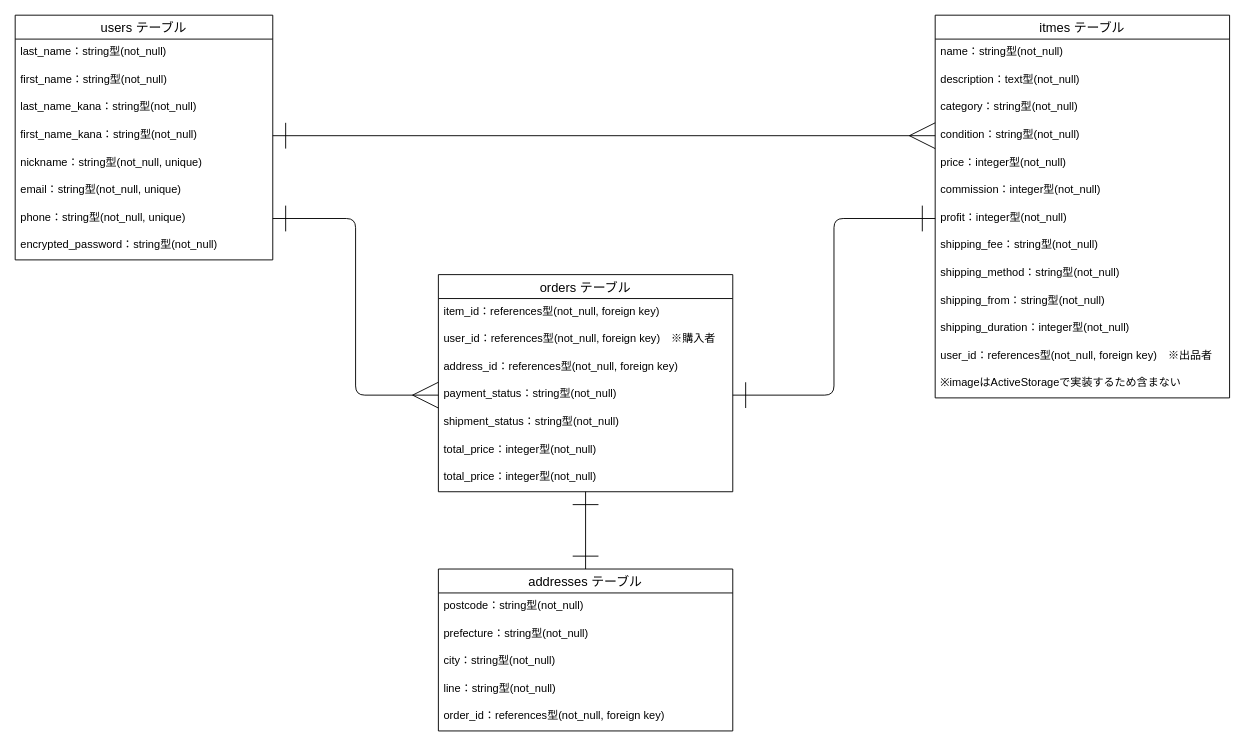
Above: furimaER.dio in sssan-tech/furima-41472 (draw.io), before the change. Source tidied: cells renumbered, new cells numbered last; positions are measured from the earlier drawing's top-left corner, leaving out a move shared by most shapes. Both pictures are drawn from the tidied source at 92%, with x=0, y=0 at pixel (15, 15).
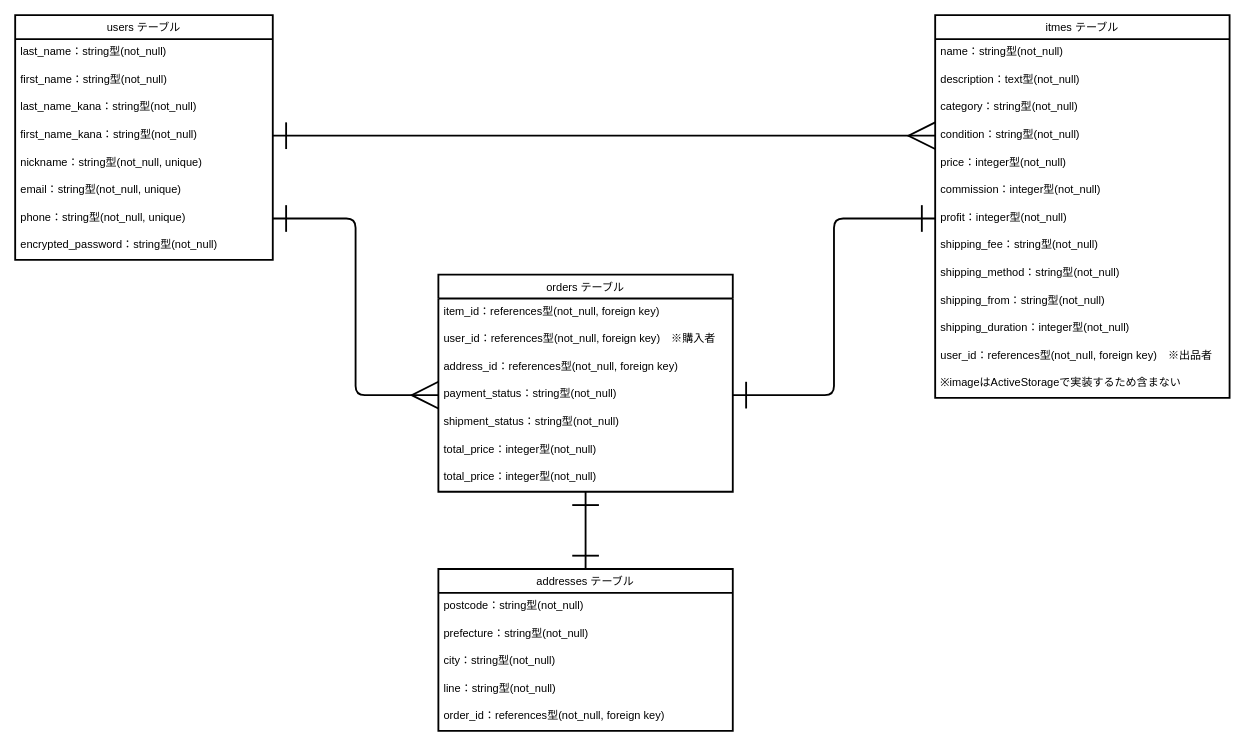
The same page after the edit.

Commit message:
ER図見た目調整

Change to the diagram source:
```diff
@@
-    <mxCell id="2" value="users テーブル" style="swimlane;fontStyle=0;horizontal=1;startSize=26;align=center;fontSize=14;" parent="1" vertex="1">
+    <mxCell id="2" value="users テーブル" style="swimlane;fontStyle=0;horizontal=1;startSize=26;align=center;fontSize=12;labelBackgroundColor=none;labelBorderColor=none;strokeWidth=2;swimlaneFillColor=default;" parent="1" vertex="1">
       <mxGeometry width="280" height="266" as="geometry" />
     </mxCell>
-    <mxCell id="3" value="last_name：string型(not_null)" style="text;strokeColor=none;fillColor=none;spacingLeft=4;spacingRight=4;overflow=hidden;fontSize=12;" parent="2" vertex="1">
+    <mxCell id="3" value="last_name：string型(not_null)" style="text;spacingLeft=4;spacingRight=4;overflow=hidden;fontSize=12;labelBackgroundColor=none;labelBorderColor=none;strokeWidth=2;" parent="2" vertex="1">
       <mxGeometry y="26" width="280" height="30" as="geometry" />
     </mxCell>
-    <mxCell id="4" value="first_name：string型(not_null)" style="text;strokeColor=none;fillColor=none;spacingLeft=4;spacingRight=4;overflow=hidden;fontSize=12;" parent="2" vertex="1">
+    <mxCell id="4" value="first_name：string型(not_null)" style="text;spacingLeft=4;spacingRight=4;overflow=hidden;fontSize=12;labelBackgroundColor=none;labelBorderColor=none;strokeWidth=2;" parent="2" vertex="1">
       <mxGeometry y="56" width="280" height="30" as="geometry" />
     </mxCell>
-    <mxCell id="5" value="last_name_kana：string型(not_null)" style="text;strokeColor=none;fillColor=none;spacingLeft=4;spacingRight=4;overflow=hidden;fontSize=12;" parent="2" vertex="1">
+    <mxCell id="5" value="last_name_kana：string型(not_null)" style="text;spacingLeft=4;spacingRight=4;overflow=hidden;fontSize=12;labelBackgroundColor=none;labelBorderColor=none;strokeWidth=2;" parent="2" vertex="1">
       <mxGeometry y="86" width="280" height="30" as="geometry" />
     </mxCell>
-    <mxCell id="6" value="first_name_kana：string型(not_null)" style="text;strokeColor=none;fillColor=none;spacingLeft=4;spacingRight=4;overflow=hidden;points=[[0,0.5],[1,0.5]];portConstraint=eastwest;fontSize=12;" parent="2" vertex="1">
+    <mxCell id="6" value="first_name_kana：string型(not_null)" style="text;spacingLeft=4;spacingRight=4;overflow=hidden;points=[[0,0.5],[1,0.5]];portConstraint=eastwest;fontSize=12;labelBackgroundColor=none;labelBorderColor=none;strokeWidth=2;" parent="2" vertex="1">
       <mxGeometry y="116" width="280" height="30" as="geometry" />
     </mxCell>
-    <mxCell id="7" value="nickname：string型(not_null, unique)" style="text;strokeColor=none;fillColor=none;spacingLeft=4;spacingRight=4;overflow=hidden;fontSize=12;" parent="2" vertex="1">
+    <mxCell id="7" value="nickname：string型(not_null, unique)" style="text;spacingLeft=4;spacingRight=4;overflow=hidden;fontSize=12;labelBackgroundColor=none;labelBorderColor=none;strokeWidth=2;" parent="2" vertex="1">
       <mxGeometry y="146" width="280" height="30" as="geometry" />
     </mxCell>
-    <mxCell id="8" value="email：string型(not_null, unique)" style="text;strokeColor=none;fillColor=none;spacingLeft=4;spacingRight=4;overflow=hidden;fontSize=12;" parent="2" vertex="1">
+    <mxCell id="8" value="email：string型(not_null, unique)" style="text;spacingLeft=4;spacingRight=4;overflow=hidden;fontSize=12;labelBackgroundColor=none;labelBorderColor=none;strokeWidth=2;" parent="2" vertex="1">
       <mxGeometry y="176" width="280" height="30" as="geometry" />
     </mxCell>
-    <mxCell id="9" value="phone：string型(not_null, unique)" style="text;strokeColor=none;fillColor=none;spacingLeft=4;spacingRight=4;overflow=hidden;points=[[0,0.5],[1,0.5]];portConstraint=eastwest;fontSize=12;" parent="2" vertex="1">
+    <mxCell id="9" value="phone：string型(not_null, unique)" style="text;spacingLeft=4;spacingRight=4;overflow=hidden;points=[[0,0.5],[1,0.5]];portConstraint=eastwest;fontSize=12;labelBackgroundColor=none;labelBorderColor=none;strokeWidth=2;" parent="2" vertex="1">
       <mxGeometry y="206" width="280" height="30" as="geometry" />
     </mxCell>
-    <mxCell id="10" value="encrypted_password：string型(not_null)" style="text;strokeColor=none;fillColor=none;spacingLeft=4;spacingRight=4;overflow=hidden;fontSize=12;" parent="2" vertex="1">
+    <mxCell id="10" value="encrypted_password：string型(not_null)" style="text;spacingLeft=4;spacingRight=4;overflow=hidden;fontSize=12;labelBackgroundColor=none;labelBorderColor=none;strokeWidth=2;" parent="2" vertex="1">
       <mxGeometry y="236" width="280" height="30" as="geometry" />
     </mxCell>
-    <mxCell id="11" value="itmes テーブル" style="swimlane;fontStyle=0;horizontal=1;startSize=26;align=center;fontSize=14;" parent="1" vertex="1">
+    <mxCell id="11" value="itmes テーブル" style="swimlane;fontStyle=0;horizontal=1;startSize=26;align=center;fontSize=12;labelBackgroundColor=none;labelBorderColor=none;strokeWidth=2;swimlaneFillColor=default;gradientColor=none;" parent="1" vertex="1">
       <mxGeometry x="1000" width="320" height="416" as="geometry" />
     </mxCell>
-    <mxCell id="12" value="name：string型(not_null)" style="text;strokeColor=none;fillColor=none;spacingLeft=4;spacingRight=4;overflow=hidden;fontSize=12;" parent="11" vertex="1">
+    <mxCell id="12" value="name：string型(not_null)" style="text;spacingLeft=4;spacingRight=4;overflow=hidden;fontSize=12;labelBackgroundColor=none;labelBorderColor=none;strokeWidth=2;" parent="11" vertex="1">
       <mxGeometry y="26" width="320" height="30" as="geometry" />
     </mxCell>
-    <mxCell id="13" value="description：text型(not_null)" style="text;strokeColor=none;fillColor=none;spacingLeft=4;spacingRight=4;overflow=hidden;fontSize=12;" parent="11" vertex="1">
+    <mxCell id="13" value="description：text型(not_null)" style="text;spacingLeft=4;spacingRight=4;overflow=hidden;fontSize=12;labelBackgroundColor=none;labelBorderColor=none;strokeWidth=2;" parent="11" vertex="1">
       <mxGeometry y="56" width="320" height="30" as="geometry" />
     </mxCell>
-    <mxCell id="14" value="category：string型(not_null)" style="text;strokeColor=none;fillColor=none;spacingLeft=4;spacingRight=4;overflow=hidden;fontSize=12;" parent="11" vertex="1">
+    <mxCell id="14" value="category：string型(not_null)" style="text;spacingLeft=4;spacingRight=4;overflow=hidden;fontSize=12;labelBackgroundColor=none;labelBorderColor=none;strokeWidth=2;" parent="11" vertex="1">
       <mxGeometry y="86" width="320" height="30" as="geometry" />
     </mxCell>
-    <mxCell id="15" value="condition：string型(not_null)" style="text;strokeColor=none;fillColor=none;spacingLeft=4;spacingRight=4;overflow=hidden;points=[[0,0.5],[1,0.5]];portConstraint=eastwest;fontSize=12;" parent="11" vertex="1">
+    <mxCell id="15" value="condition：string型(not_null)" style="text;spacingLeft=4;spacingRight=4;overflow=hidden;points=[[0,0.5],[1,0.5]];portConstraint=eastwest;fontSize=12;labelBackgroundColor=none;labelBorderColor=none;strokeWidth=2;" parent="11" vertex="1">
       <mxGeometry y="116" width="320" height="30" as="geometry" />
     </mxCell>
-    <mxCell id="16" value="price：integer型(not_null)&#10;" style="text;strokeColor=none;fillColor=none;spacingLeft=4;spacingRight=4;overflow=hidden;fontSize=12;" parent="11" vertex="1">
+    <mxCell id="16" value="price：integer型(not_null)&#10;" style="text;spacingLeft=4;spacingRight=4;overflow=hidden;fontSize=12;labelBackgroundColor=none;labelBorderColor=none;strokeWidth=2;" parent="11" vertex="1">
       <mxGeometry y="146" width="320" height="30" as="geometry" />
     </mxCell>
-    <mxCell id="17" value="commission：integer型(not_null)&#10;" style="text;strokeColor=none;fillColor=none;spacingLeft=4;spacingRight=4;overflow=hidden;fontSize=12;" parent="11" vertex="1">
+    <mxCell id="17" value="commission：integer型(not_null)&#10;" style="text;spacingLeft=4;spacingRight=4;overflow=hidden;fontSize=12;labelBackgroundColor=none;labelBorderColor=none;strokeWidth=2;" parent="11" vertex="1">
       <mxGeometry y="176" width="320" height="30" as="geometry" />
     </mxCell>
-    <mxCell id="18" value="profit：integer型(not_null)" style="text;strokeColor=none;fillColor=none;spacingLeft=4;spacingRight=4;overflow=hidden;points=[[0,0.5],[1,0.5]];portConstraint=eastwest;fontSize=12;" parent="11" vertex="1">
+    <mxCell id="18" value="profit：integer型(not_null)" style="text;spacingLeft=4;spacingRight=4;overflow=hidden;points=[[0,0.5],[1,0.5]];portConstraint=eastwest;fontSize=12;labelBackgroundColor=none;labelBorderColor=none;strokeWidth=2;" parent="11" vertex="1">
       <mxGeometry y="206" width="320" height="30" as="geometry" />
     </mxCell>
-    <mxCell id="19" value="shipping_fee：string型(not_null)" style="text;strokeColor=none;fillColor=none;spacingLeft=4;spacingRight=4;overflow=hidden;fontSize=12;" parent="11" vertex="1">
+    <mxCell id="19" value="shipping_fee：string型(not_null)" style="text;spacingLeft=4;spacingRight=4;overflow=hidden;fontSize=12;labelBackgroundColor=none;labelBorderColor=none;strokeWidth=2;" parent="11" vertex="1">
       <mxGeometry y="236" width="320" height="30" as="geometry" />
     </mxCell>
-    <mxCell id="20" value="shipping_method：string型(not_null)&#10;" style="text;strokeColor=none;fillColor=none;spacingLeft=4;spacingRight=4;overflow=hidden;fontSize=12;" parent="11" vertex="1">
+    <mxCell id="20" value="shipping_method：string型(not_null)&#10;" style="text;spacingLeft=4;spacingRight=4;overflow=hidden;fontSize=12;labelBackgroundColor=none;labelBorderColor=none;strokeWidth=2;" parent="11" vertex="1">
       <mxGeometry y="266" width="320" height="30" as="geometry" />
     </mxCell>
-    <mxCell id="21" value="shipping_from：string型(not_null)&#10;" style="text;strokeColor=none;fillColor=none;spacingLeft=4;spacingRight=4;overflow=hidden;fontSize=12;" parent="11" vertex="1">
+    <mxCell id="21" value="shipping_from：string型(not_null)&#10;" style="text;spacingLeft=4;spacingRight=4;overflow=hidden;fontSize=12;labelBackgroundColor=none;labelBorderColor=none;strokeWidth=2;" parent="11" vertex="1">
       <mxGeometry y="296" width="320" height="30" as="geometry" />
     </mxCell>
-    <mxCell id="22" value="shipping_duration：integer型(not_null)&#10;" style="text;strokeColor=none;fillColor=none;spacingLeft=4;spacingRight=4;overflow=hidden;fontSize=12;" parent="11" vertex="1">
+    <mxCell id="22" value="shipping_duration：integer型(not_null)&#10;" style="text;spacingLeft=4;spacingRight=4;overflow=hidden;fontSize=12;labelBackgroundColor=none;labelBorderColor=none;strokeWidth=2;" parent="11" vertex="1">
       <mxGeometry y="326" width="320" height="30" as="geometry" />
     </mxCell>
-    <mxCell id="23" value="user_id：references型(not_null, foreign key)　※出品者" style="text;strokeColor=none;fillColor=none;spacingLeft=4;spacingRight=4;overflow=hidden;fontSize=12;" parent="11" vertex="1">
+    <mxCell id="23" value="user_id：references型(not_null, foreign key)　※出品者" style="text;spacingLeft=4;spacingRight=4;overflow=hidden;fontSize=12;labelBackgroundColor=none;labelBorderColor=none;strokeWidth=2;" parent="11" vertex="1">
       <mxGeometry y="356" width="320" height="30" as="geometry" />
     </mxCell>
-    <mxCell id="24" value="※imageはActiveStorageで実装するため含まない" style="text;strokeColor=none;fillColor=none;spacingLeft=4;spacingRight=4;overflow=hidden;fontSize=12;" parent="11" vertex="1">
+    <mxCell id="24" value="※imageはActiveStorageで実装するため含まない" style="text;spacingLeft=4;spacingRight=4;overflow=hidden;fontSize=12;labelBackgroundColor=none;labelBorderColor=none;strokeWidth=2;" parent="11" vertex="1">
       <mxGeometry y="386" width="320" height="30" as="geometry" />
     </mxCell>
-    <mxCell id="25" value="orders テーブル" style="swimlane;fontStyle=0;horizontal=1;startSize=26;align=center;fontSize=14;" parent="1" vertex="1">
+    <mxCell id="25" value="orders テーブル" style="swimlane;fontStyle=0;horizontal=1;startSize=26;align=center;fontSize=12;labelBackgroundColor=none;labelBorderColor=none;strokeWidth=2;swimlaneFillColor=default;" parent="1" vertex="1">
       <mxGeometry x="460" y="282" width="320" height="236" as="geometry" />
     </mxCell>
-    <mxCell id="26" value="item_id：references型(not_null, foreign key)" style="text;strokeColor=none;fillColor=none;spacingLeft=4;spacingRight=4;overflow=hidden;fontSize=12;" parent="25" vertex="1">
+    <mxCell id="26" value="item_id：references型(not_null, foreign key)" style="text;spacingLeft=4;spacingRight=4;overflow=hidden;fontSize=12;labelBackgroundColor=none;labelBorderColor=none;strokeWidth=2;" parent="25" vertex="1">
       <mxGeometry y="26" width="320" height="30" as="geometry" />
     </mxCell>
-    <mxCell id="27" value="user_id：references型(not_null, foreign key)　※購入者" style="text;strokeColor=none;fillColor=none;spacingLeft=4;spacingRight=4;overflow=hidden;fontSize=12;" parent="25" vertex="1">
+    <mxCell id="27" value="user_id：references型(not_null, foreign key)　※購入者" style="text;spacingLeft=4;spacingRight=4;overflow=hidden;fontSize=12;labelBackgroundColor=none;labelBorderColor=none;strokeWidth=2;" parent="25" vertex="1">
       <mxGeometry y="56" width="320" height="30" as="geometry" />
     </mxCell>
-    <mxCell id="28" value="address_id：references型(not_null, foreign key)" style="text;strokeColor=none;fillColor=none;spacingLeft=4;spacingRight=4;overflow=hidden;fontSize=12;" parent="25" vertex="1">
+    <mxCell id="28" value="address_id：references型(not_null, foreign key)" style="text;spacingLeft=4;spacingRight=4;overflow=hidden;fontSize=12;labelBackgroundColor=none;labelBorderColor=none;strokeWidth=2;" parent="25" vertex="1">
       <mxGeometry y="86" width="320" height="30" as="geometry" />
     </mxCell>
-    <mxCell id="29" value="payment_status：string型(not_null)" style="text;strokeColor=none;fillColor=none;spacingLeft=4;spacingRight=4;overflow=hidden;points=[[0,0.5],[1,0.5]];portConstraint=eastwest;fontSize=12;" parent="25" vertex="1">
+    <mxCell id="29" value="payment_status：string型(not_null)" style="text;spacingLeft=4;spacingRight=4;overflow=hidden;points=[[0,0.5],[1,0.5]];portConstraint=eastwest;fontSize=12;labelBackgroundColor=none;labelBorderColor=none;strokeWidth=2;" parent="25" vertex="1">
       <mxGeometry y="116" width="320" height="30" as="geometry" />
     </mxCell>
-    <mxCell id="30" value="shipment_status：string型(not_null)" style="text;strokeColor=none;fillColor=none;spacingLeft=4;spacingRight=4;overflow=hidden;fontSize=12;" parent="25" vertex="1">
+    <mxCell id="30" value="shipment_status：string型(not_null)" style="text;spacingLeft=4;spacingRight=4;overflow=hidden;fontSize=12;labelBackgroundColor=none;labelBorderColor=none;strokeWidth=2;" parent="25" vertex="1">
       <mxGeometry y="146" width="320" height="30" as="geometry" />
     </mxCell>
-    <mxCell id="31" value="total_price：integer型(not_null)" style="text;strokeColor=none;fillColor=none;spacingLeft=4;spacingRight=4;overflow=hidden;fontSize=12;" parent="25" vertex="1">
+    <mxCell id="31" value="total_price：integer型(not_null)" style="text;spacingLeft=4;spacingRight=4;overflow=hidden;fontSize=12;labelBackgroundColor=none;labelBorderColor=none;strokeWidth=2;" parent="25" vertex="1">
       <mxGeometry y="176" width="320" height="30" as="geometry" />
     </mxCell>
-    <mxCell id="32" value="total_price：integer型(not_null)" style="text;strokeColor=none;fillColor=none;spacingLeft=4;spacingRight=4;overflow=hidden;points=[[0,0.5],[1,0.5]];portConstraint=eastwest;fontSize=12;" parent="25" vertex="1">
+    <mxCell id="32" value="total_price：integer型(not_null)" style="text;spacingLeft=4;spacingRight=4;overflow=hidden;points=[[0,0.5],[1,0.5]];portConstraint=eastwest;fontSize=12;labelBackgroundColor=none;labelBorderColor=none;strokeWidth=2;" parent="25" vertex="1">
       <mxGeometry y="206" width="320" height="30" as="geometry" />
     </mxCell>
-    <mxCell id="33" style="edgeStyle=none;html=1;exitX=0.5;exitY=0;exitDx=0;exitDy=0;startArrow=ERone;startFill=0;endArrow=ERone;endFill=0;startSize=26;endSize=26;" parent="1" edge="1" source="34" target="32">
+    <mxCell id="33" style="edgeStyle=none;exitX=0.5;exitY=0;exitDx=0;exitDy=0;startArrow=ERone;startFill=0;endArrow=ERone;endFill=0;startSize=26;endSize=26;labelBackgroundColor=none;labelBorderColor=none;fontSize=12;fontColor=default;strokeWidth=2;" parent="1" edge="1" source="34" target="32">
       <mxGeometry relative="1" as="geometry" />
     </mxCell>
-    <mxCell id="34" value="addresses テーブル" style="swimlane;fontStyle=0;horizontal=1;startSize=26;align=center;fontSize=14;" parent="1" vertex="1">
+    <mxCell id="34" value="addresses テーブル" style="swimlane;fontStyle=0;horizontal=1;startSize=26;align=center;fontSize=12;labelBackgroundColor=none;labelBorderColor=none;strokeWidth=2;swimlaneFillColor=default;" parent="1" vertex="1">
       <mxGeometry x="460" y="602" width="320" height="176" as="geometry" />
     </mxCell>
-    <mxCell id="35" value="postcode：string型(not_null)" style="text;strokeColor=none;fillColor=none;spacingLeft=4;spacingRight=4;overflow=hidden;fontSize=12;" parent="34" vertex="1">
+    <mxCell id="35" value="postcode：string型(not_null)" style="text;spacingLeft=4;spacingRight=4;overflow=hidden;fontSize=12;labelBackgroundColor=none;labelBorderColor=none;strokeWidth=2;" parent="34" vertex="1">
       <mxGeometry y="26" width="320" height="30" as="geometry" />
     </mxCell>
-    <mxCell id="36" value="prefecture：string型(not_null)&#10;" style="text;strokeColor=none;fillColor=none;spacingLeft=4;spacingRight=4;overflow=hidden;fontSize=12;" parent="34" vertex="1">
+    <mxCell id="36" value="prefecture：string型(not_null)&#10;" style="text;spacingLeft=4;spacingRight=4;overflow=hidden;fontSize=12;labelBackgroundColor=none;labelBorderColor=none;strokeWidth=2;" parent="34" vertex="1">
       <mxGeometry y="56" width="320" height="30" as="geometry" />
     </mxCell>
-    <mxCell id="37" value="city：string型(not_null)&#10;" style="text;strokeColor=none;fillColor=none;spacingLeft=4;spacingRight=4;overflow=hidden;fontSize=12;" parent="34" vertex="1">
+    <mxCell id="37" value="city：string型(not_null)&#10;" style="text;spacingLeft=4;spacingRight=4;overflow=hidden;fontSize=12;labelBackgroundColor=none;labelBorderColor=none;strokeWidth=2;" parent="34" vertex="1">
       <mxGeometry y="86" width="320" height="30" as="geometry" />
     </mxCell>
-    <mxCell id="38" value="line：string型(not_null)&#10;" style="text;strokeColor=none;fillColor=none;spacingLeft=4;spacingRight=4;overflow=hidden;fontSize=12;" parent="34" vertex="1">
+    <mxCell id="38" value="line：string型(not_null)&#10;" style="text;spacingLeft=4;spacingRight=4;overflow=hidden;fontSize=12;labelBackgroundColor=none;labelBorderColor=none;strokeWidth=2;" parent="34" vertex="1">
       <mxGeometry y="116" width="320" height="30" as="geometry" />
     </mxCell>
-    <mxCell id="39" value="order_id：references型(not_null, foreign key)&#10;" style="text;strokeColor=none;fillColor=none;spacingLeft=4;spacingRight=4;overflow=hidden;fontSize=12;" parent="34" vertex="1">
+    <mxCell id="39" value="order_id：references型(not_null, foreign key)&#10;" style="text;spacingLeft=4;spacingRight=4;overflow=hidden;fontSize=12;labelBackgroundColor=none;labelBorderColor=none;strokeWidth=2;" parent="34" vertex="1">
       <mxGeometry y="146" width="320" height="30" as="geometry" />
     </mxCell>
-    <mxCell id="40" style="edgeStyle=none;html=1;exitX=1;exitY=0.5;exitDx=0;exitDy=0;entryX=0;entryY=0.5;entryDx=0;entryDy=0;startArrow=ERone;startFill=0;endArrow=ERmany;endFill=0;startSize=26;endSize=26;" parent="1" edge="1" source="6" target="15">
+    <mxCell id="40" style="edgeStyle=none;exitX=1;exitY=0.5;exitDx=0;exitDy=0;entryX=0;entryY=0.5;entryDx=0;entryDy=0;startArrow=ERone;startFill=0;endArrow=ERmany;endFill=0;startSize=26;endSize=26;labelBackgroundColor=none;labelBorderColor=none;fontSize=12;fontColor=default;strokeWidth=2;" parent="1" edge="1" source="6" target="15">
       <mxGeometry relative="1" as="geometry" />
     </mxCell>
-    <mxCell id="41" style="edgeStyle=orthogonalEdgeStyle;html=1;exitX=0;exitY=0.5;exitDx=0;exitDy=0;entryX=1;entryY=0.5;entryDx=0;entryDy=0;startArrow=ERone;startFill=0;endArrow=ERone;endFill=0;startSize=26;endSize=26;" parent="1" edge="1" source="18" target="29">
+    <mxCell id="41" style="edgeStyle=orthogonalEdgeStyle;exitX=0;exitY=0.5;exitDx=0;exitDy=0;entryX=1;entryY=0.5;entryDx=0;entryDy=0;startArrow=ERone;startFill=0;endArrow=ERone;endFill=0;startSize=26;endSize=26;labelBackgroundColor=none;labelBorderColor=none;fontSize=12;fontColor=default;strokeWidth=2;" parent="1" edge="1" source="18" target="29">
       <mxGeometry relative="1" as="geometry" />
     </mxCell>
-    <mxCell id="42" style="edgeStyle=orthogonalEdgeStyle;html=1;exitX=0;exitY=0.5;exitDx=0;exitDy=0;entryX=1;entryY=0.5;entryDx=0;entryDy=0;startArrow=ERmany;startFill=0;endArrow=ERone;endFill=0;startSize=26;endSize=26;elbow=vertical;" parent="1" edge="1" source="29" target="9">
+    <mxCell id="42" style="edgeStyle=orthogonalEdgeStyle;exitX=0;exitY=0.5;exitDx=0;exitDy=0;entryX=1;entryY=0.5;entryDx=0;entryDy=0;startArrow=ERmany;startFill=0;endArrow=ERone;endFill=0;startSize=26;endSize=26;elbow=vertical;labelBackgroundColor=none;labelBorderColor=none;fontSize=12;fontColor=default;strokeWidth=2;" parent="1" edge="1" source="29" target="9">
       <mxGeometry relative="1" as="geometry" />
     </mxCell>
```
